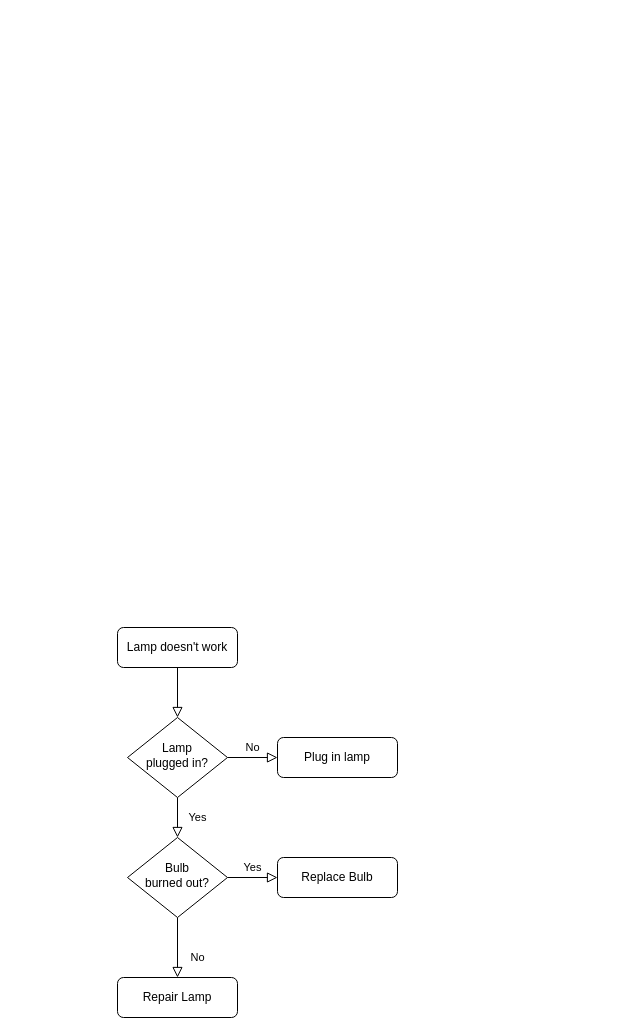
The draw.io diagram 流程图1.drawio in yj26141780712/draw.io, before the edit. Source tidied: cells renumbered, new cells numbered last; positions are measured from the earlier drawing's top-left corner, leaving out a move shared by most shapes. Both pictures are drawn from the tidied source at 100%, with x=0, y=0 at pixel (117, 627).
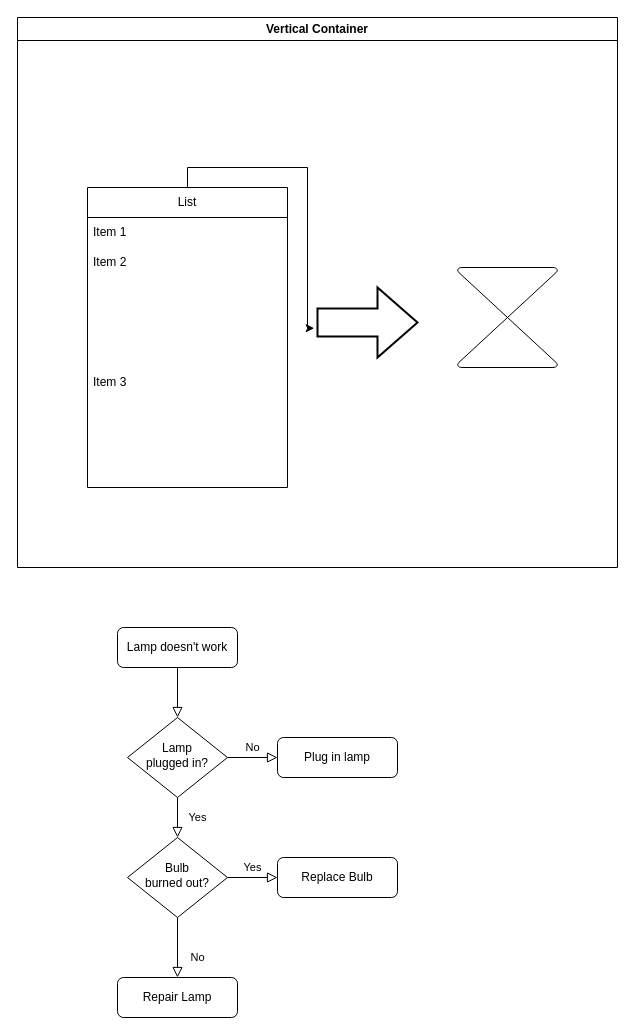
The same page after the edit.

Commit message:
更新流程图1.drawio

What changed in the source:
```diff
@@
+    <mxCell id="13" value="Vertical Container" style="swimlane;whiteSpace=wrap;html=1;" parent="1" vertex="1">
+      <mxGeometry x="-100" y="-610" width="600" height="550" as="geometry" />
+    </mxCell>
+    <mxCell id="14" style="verticalLabelPosition=bottom;verticalAlign=top;html=1;shape=mxgraph.flowchart.collate;" parent="13" vertex="1">
+      <mxGeometry x="440" y="250" width="100" height="100" as="geometry" />
+    </mxCell>
+    <mxCell id="15" style="verticalLabelPosition=bottom;verticalAlign=top;html=1;strokeWidth=2;shape=mxgraph.arrows2.arrow;dy=0.6;dx=40;notch=0;" parent="13" vertex="1">
+      <mxGeometry x="300" y="270" width="100" height="70" as="geometry" />
+    </mxCell>
+    <mxCell id="16" style="edgeStyle=orthogonalEdgeStyle;rounded=0;jettySize=auto;html=1;exitX=0.5;exitY=0;exitDx=0;exitDy=0;entryX=-0.033;entryY=0.581;entryDx=0;entryDy=0;entryPerimeter=0;" parent="1" edge="1" source="17" target="15">
+      <mxGeometry relative="1" as="geometry" />
+    </mxCell>
+    <mxCell id="17" value="List" style="swimlane;fontStyle=0;horizontal=1;startSize=30;whiteSpace=wrap;html=1;" parent="1" vertex="1">
+      <mxGeometry x="-30" y="-440" width="200" height="300" as="geometry" />
+    </mxCell>
+    <mxCell id="18" value="Item 1" style="text;strokeColor=none;fillColor=none;align=left;verticalAlign=middle;spacingLeft=4;spacingRight=4;overflow=hidden;whiteSpace=wrap;html=1;" parent="17" vertex="1">
+      <mxGeometry y="30" width="200" height="30" as="geometry" />
+    </mxCell>
+    <mxCell id="19" value="Item 2" style="text;strokeColor=none;fillColor=none;align=left;verticalAlign=middle;spacingLeft=4;spacingRight=4;overflow=hidden;whiteSpace=wrap;html=1;" parent="17" vertex="1">
+      <mxGeometry y="60" width="200" height="30" as="geometry" />
+    </mxCell>
+    <mxCell id="20" value="Item 3" style="text;strokeColor=none;fillColor=none;align=left;verticalAlign=middle;spacingLeft=4;spacingRight=4;overflow=hidden;whiteSpace=wrap;html=1;" parent="17" vertex="1">
+      <mxGeometry y="90" width="200" height="210" as="geometry" />
+    </mxCell>
```
